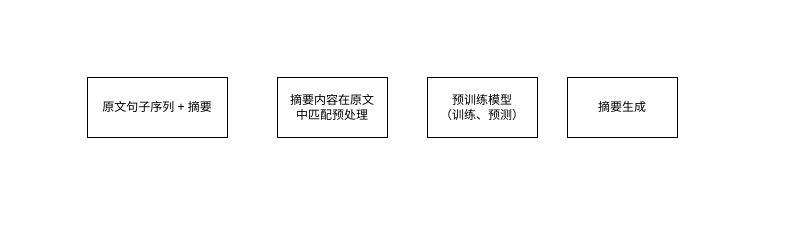
The draw.io diagram docs/Untitled Diagram.drawio in DeepAINet/beyond, before the edit. Source tidied: cells renumbered, new cells numbered last; positions are measured from the earlier drawing's top-left corner, leaving out a move shared by most shapes. Both pictures are drawn from the tidied source at 100%, with x=0, y=0 at pixel (87, 77).
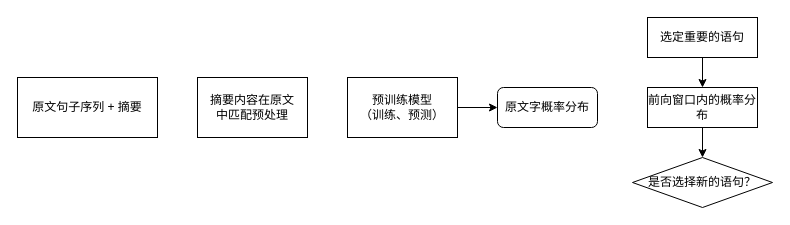
After the change.

The edit, as a diff of the source:
```diff
@@
 <mxGraphModel>
   <root>
     <mxCell id="0" />
     <mxCell id="1" parent="0" />
     <mxCell id="2" value="原文句子序列 + 摘要" style="rounded=0;whiteSpace=wrap;html=1;" parent="1" vertex="1">
-      <mxGeometry width="140" height="60" as="geometry" />
+      <mxGeometry x="-70" width="140" height="60" as="geometry" />
     </mxCell>
     <mxCell id="3" value="摘要内容在原文&lt;br&gt;中匹配预处理" style="rounded=0;whiteSpace=wrap;html=1;" parent="1" vertex="1">
-      <mxGeometry x="190" width="110" height="60" as="geometry" />
+      <mxGeometry x="110" width="110" height="60" as="geometry" />
     </mxCell>
     <mxCell id="4" value="预训练模型&lt;br&gt;（训练、预测）" style="rounded=0;whiteSpace=wrap;html=1;" parent="1" vertex="1">
-      <mxGeometry x="340" width="110" height="60" as="geometry" />
+      <mxGeometry x="260" width="110" height="60" as="geometry" />
     </mxCell>
-    <mxCell id="5" value="摘要生成" style="rounded=0;whiteSpace=wrap;html=1;" parent="1" vertex="1">
-      <mxGeometry x="480" width="110" height="60" as="geometry" />
+    <mxCell id="5" value="选定重要的语句" style="rounded=0;whiteSpace=wrap;html=1;" parent="1" vertex="1">
+      <mxGeometry x="560" y="-60" width="110" height="40" as="geometry" />
     </mxCell>
+    <mxCell id="6" value="前向窗口内的概率分布" style="rounded=0;whiteSpace=wrap;html=1;" parent="1" vertex="1">
+      <mxGeometry x="560" y="10" width="110" height="40" as="geometry" />
+    </mxCell>
+    <mxCell id="7" style="endArrow=classic;html=1;exitX=1;exitY=0.5;exitDx=0;exitDy=0;entryX=0;entryY=0.5;entryDx=0;entryDy=0;" parent="1" edge="1" source="4" target="10">
+      <mxGeometry relative="1" as="geometry" />
+    </mxCell>
+    <mxCell id="8" style="endArrow=classic;html=1;entryX=0.5;entryY=0;entryDx=0;entryDy=0;exitX=0.5;exitY=1;exitDx=0;exitDy=0;" parent="1" edge="1" source="5" target="6">
+      <mxGeometry relative="1" as="geometry" />
+    </mxCell>
+    <mxCell id="9" style="endArrow=classic;html=1;exitX=0.5;exitY=1;exitDx=0;exitDy=0;" parent="1" edge="1" source="6">
+      <mxGeometry relative="1" as="geometry">
+        <mxPoint x="615" y="80" as="targetPoint" />
+      </mxGeometry>
+    </mxCell>
+    <mxCell id="10" value="原文字概率分布" style="rounded=1;whiteSpace=wrap;html=1;" parent="1" vertex="1">
+      <mxGeometry x="410" y="10" width="100" height="40" as="geometry" />
+    </mxCell>
+    <mxCell id="11" value="是否选择新的语句？" style="rhombus;whiteSpace=wrap;html=1;" parent="1" vertex="1">
+      <mxGeometry x="545" y="80" width="140" height="50" as="geometry" />
+    </mxCell>
   </root>
 </mxGraphModel>
```
